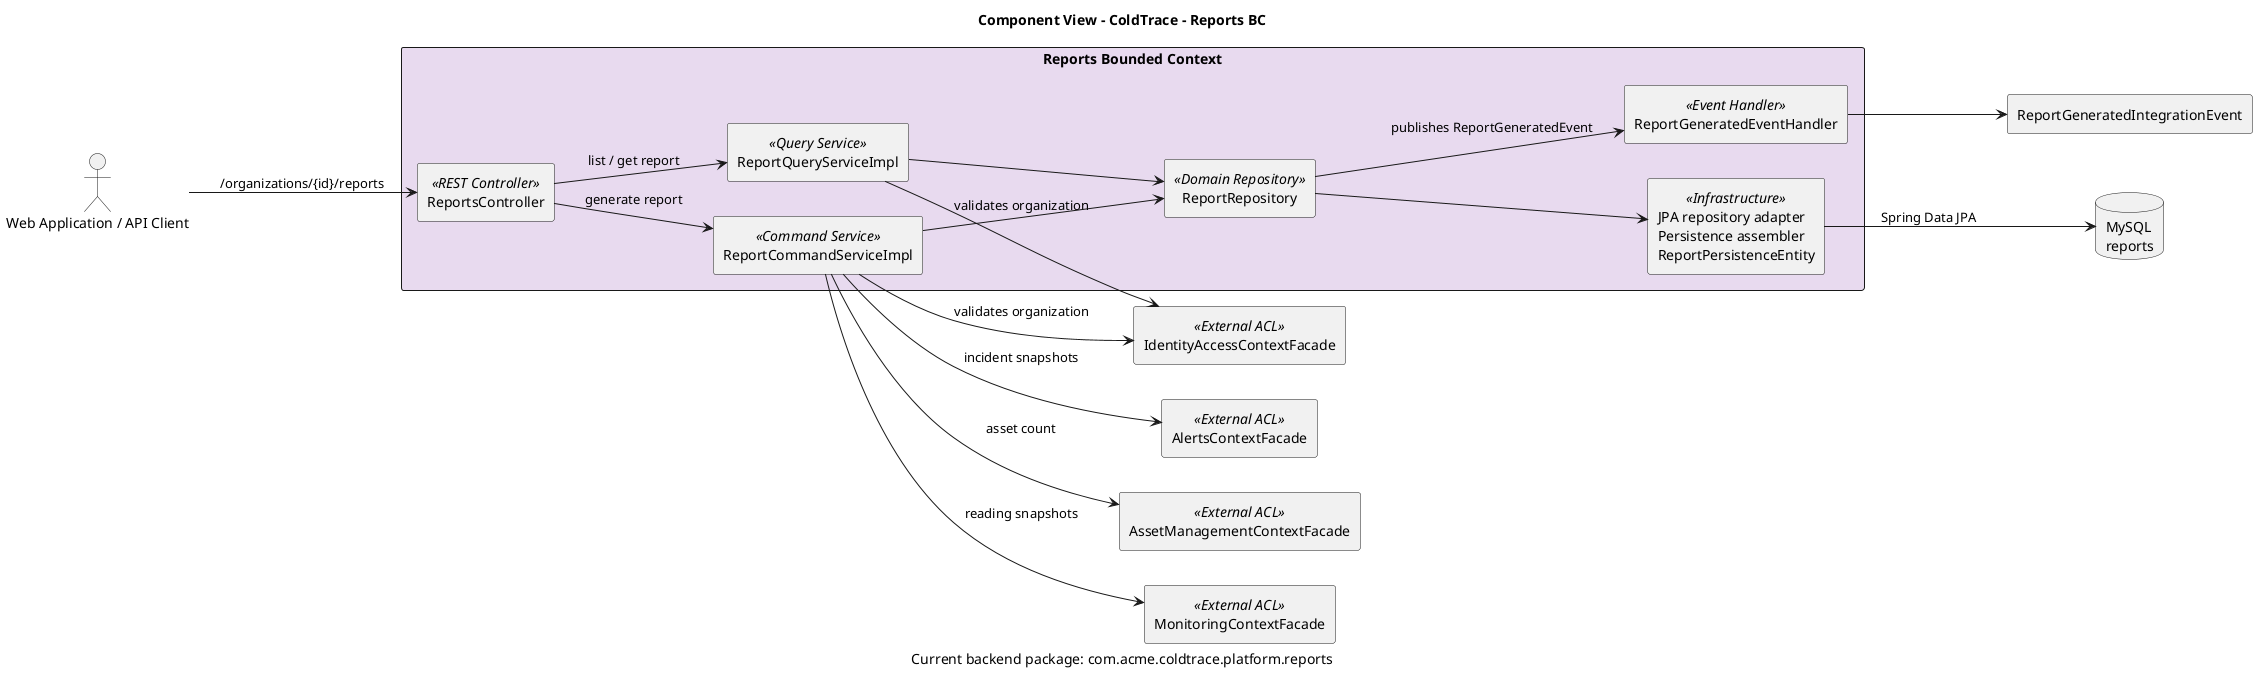
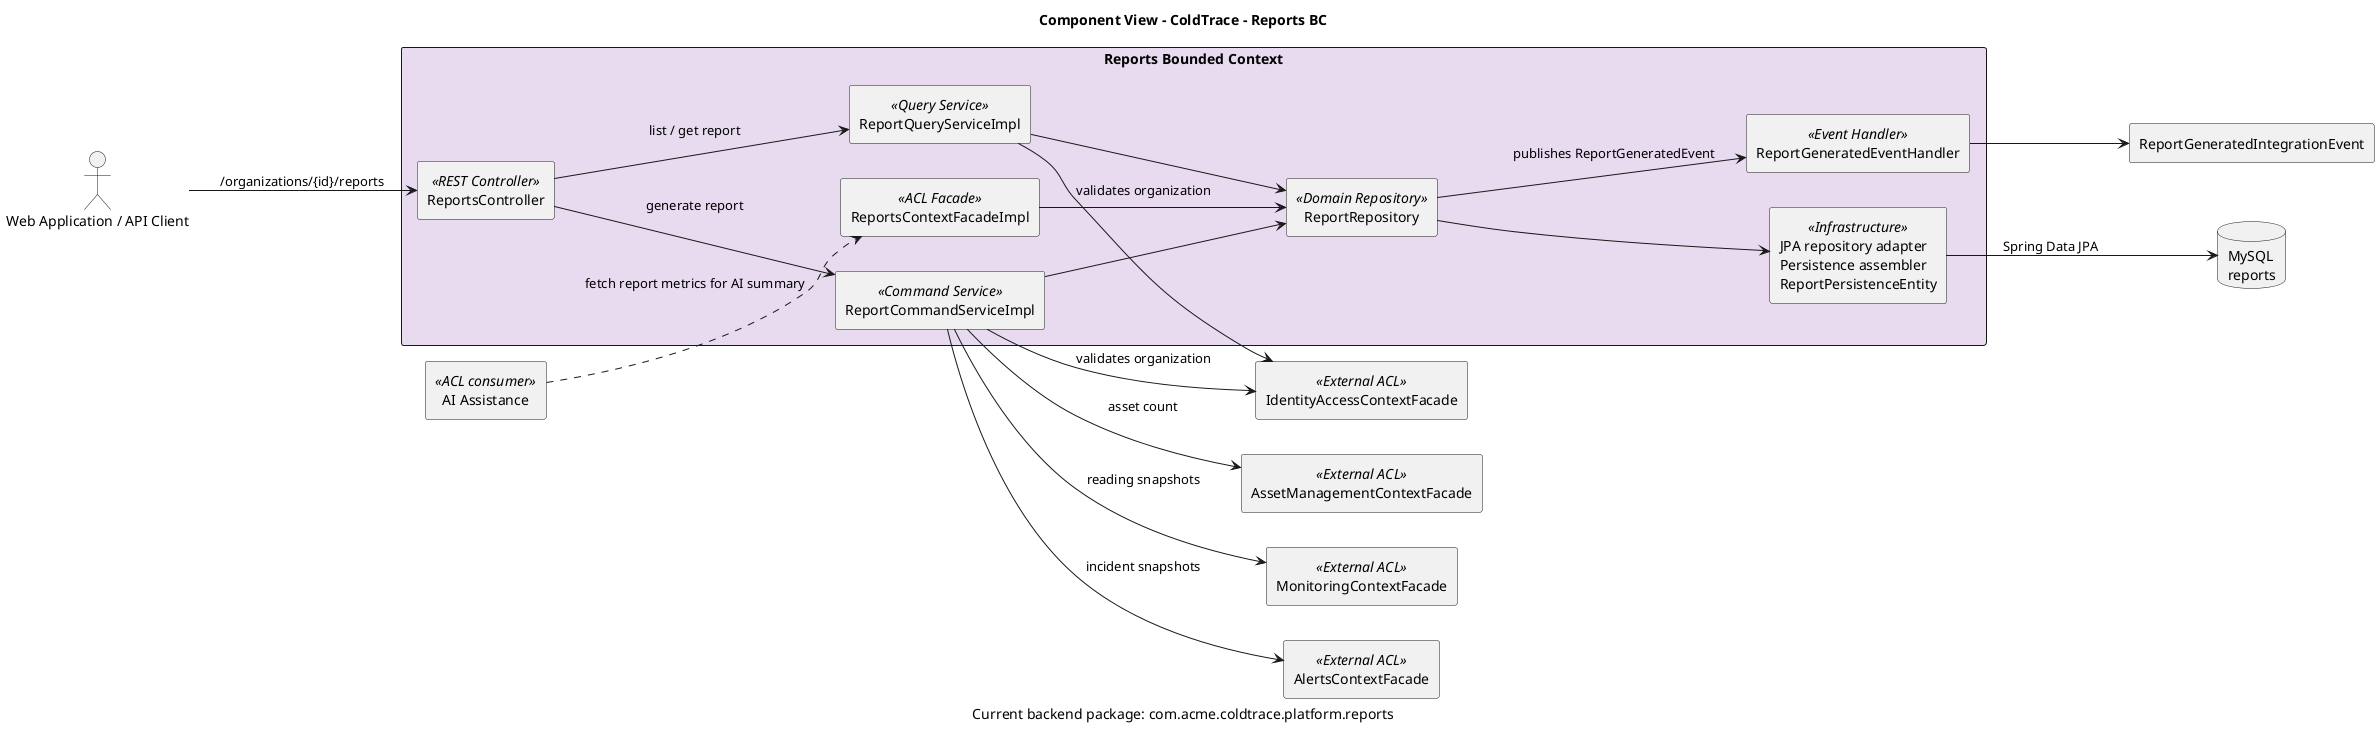
@startuml

title Component View - ColdTrace - Reports BC
caption Current backend package: com.acme.coldtrace.platform.reports

left to right direction
skinparam componentStyle rectangle
skinparam packageStyle rectangle
skinparam shadowing false

actor "Web Application / API Client" as client
database "MySQL\nreports" as db

component "IdentityAccessContextFacade" as identity_facade <<External ACL>>
component "AssetManagementContextFacade" as asset_facade <<External ACL>>
component "MonitoringContextFacade" as monitoring_facade <<External ACL>>
component "AlertsContextFacade" as alerts_facade <<External ACL>>
+ component "AI Assistance" as ai_bc <<ACL consumer>>

package "Reports Bounded Context" #E8DAEF {

  [ReportsController] <<REST Controller>> as reports_ctrl
  [ReportCommandServiceImpl] <<Command Service>> as report_cmd
  [ReportQueryServiceImpl] <<Query Service>> as report_query
+   [ReportsContextFacadeImpl] <<ACL Facade>> as reports_facade
  [ReportGeneratedEventHandler] <<Event Handler>> as report_event_handler

  [ReportRepository] <<Domain Repository>> as report_repo
  [JPA repository adapter\nPersistence assembler\nReportPersistenceEntity] <<Infrastructure>> as persistence
}

client --> reports_ctrl : /organizations/{id}/reports
reports_ctrl --> report_cmd : generate report
reports_ctrl --> report_query : list / get report

report_cmd --> identity_facade : validates organization
report_query --> identity_facade : validates organization
report_cmd --> asset_facade : asset count
report_cmd --> monitoring_facade : reading snapshots
report_cmd --> alerts_facade : incident snapshots

report_cmd --> report_repo
report_query --> report_repo
+ reports_facade --> report_repo
+ ai_bc ..> reports_facade : fetch report metrics for AI summary
report_repo --> report_event_handler : publishes ReportGeneratedEvent
report_event_handler --> [ReportGeneratedIntegrationEvent]

report_repo --> persistence
persistence --> db : Spring Data JPA

@enduml
